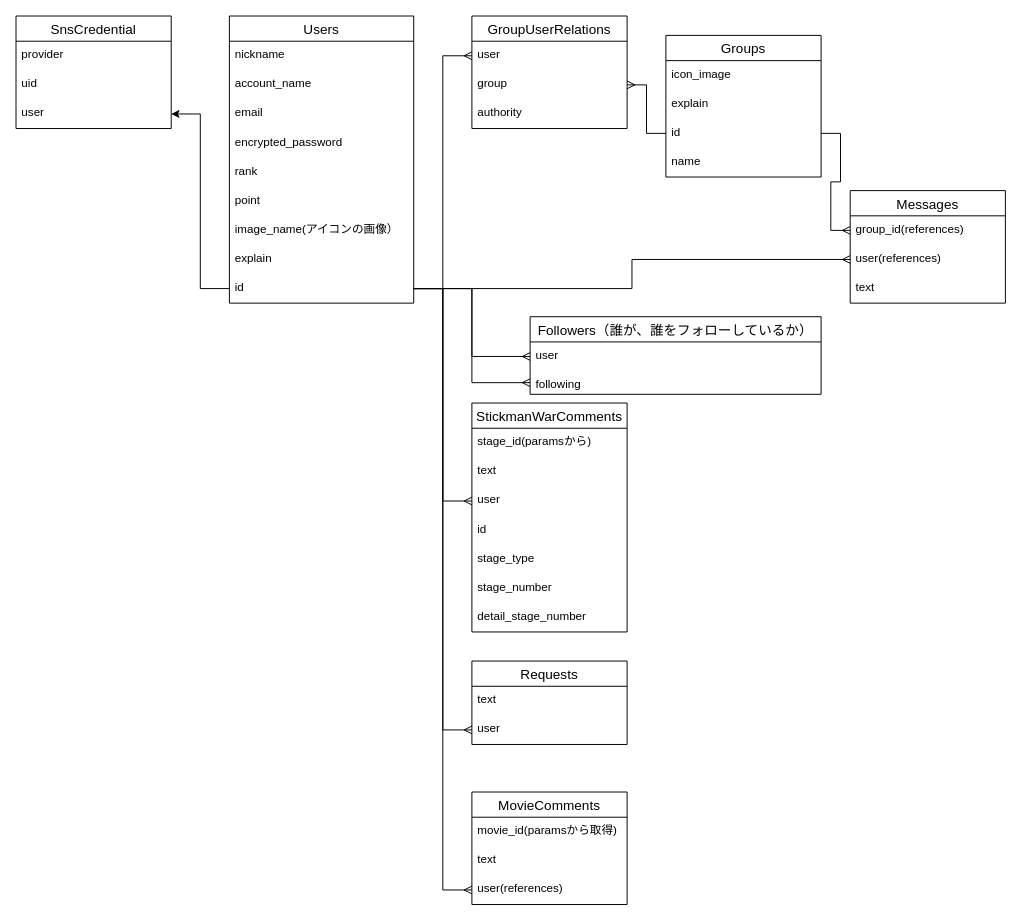
The draw.io diagram database.dio in runba3011/runba_home, before the edit. Source tidied: cells renumbered, new cells numbered last; positions are measured from the earlier drawing's top-left corner, leaving out a move shared by most shapes. Both pictures are drawn from the tidied source at 97%, with x=0, y=0 at pixel (16, 16).
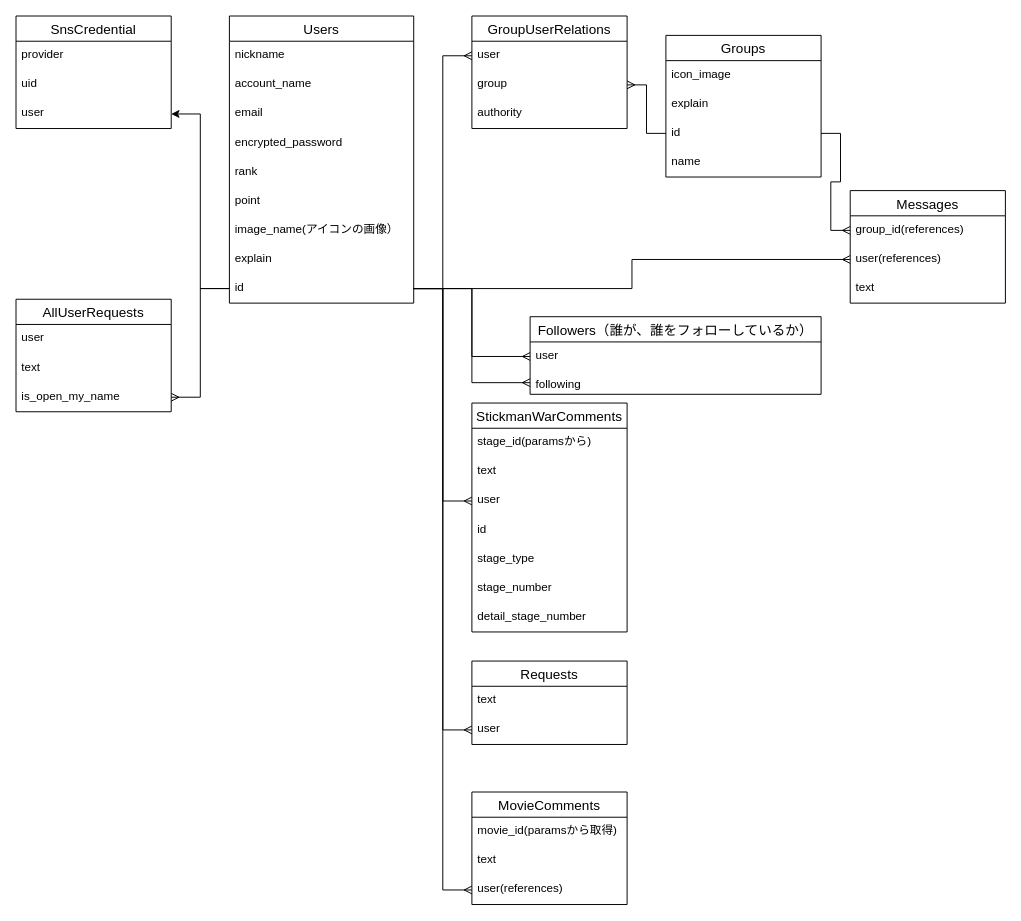
Above is the later version.

Commit message (it also covers changes not shown here):
データベース設計への追記

Unchanged cells that the change refers to:
```xml
<mxCell id="11" value="id" style="text;strokeColor=none;fillColor=none;spacingLeft=4;spacingRight=4;overflow=hidden;points=[[0,0.5],[1,0.5]];portConstraint=eastwest;fontSize=12;" parent="2" vertex="1">
  <mxGeometry y="266" width="190" height="30" as="geometry" />
</mxCell>
```

The edit, as a diff of the source:
```diff
@@
+    <mxCell id="57" value="AllUserRequests" style="swimlane;fontStyle=0;horizontal=1;startSize=26;align=center;fontSize=14;" parent="1" vertex="1">
+      <mxGeometry y="292" width="160" height="116" as="geometry" />
+    </mxCell>
+    <mxCell id="58" value="user" style="text;strokeColor=none;fillColor=none;spacingLeft=4;spacingRight=4;overflow=hidden;fontSize=12;" parent="57" vertex="1">
+      <mxGeometry y="26" width="160" height="30" as="geometry" />
+    </mxCell>
+    <mxCell id="59" value="text" style="text;strokeColor=none;fillColor=none;spacingLeft=4;spacingRight=4;overflow=hidden;fontSize=12;" parent="57" vertex="1">
+      <mxGeometry y="56" width="160" height="30" as="geometry" />
+    </mxCell>
+    <mxCell id="60" value="is_open_my_name" style="text;strokeColor=none;fillColor=none;spacingLeft=4;spacingRight=4;overflow=hidden;points=[[0,0.5],[1,0.5]];portConstraint=eastwest;fontSize=12;" parent="57" vertex="1">
+      <mxGeometry y="86" width="160" height="30" as="geometry" />
+    </mxCell>
+    <mxCell id="61" style="edgeStyle=orthogonalEdgeStyle;rounded=0;jettySize=auto;html=1;entryX=1;entryY=0.5;entryDx=0;entryDy=0;endArrow=ERmany;endFill=0;" parent="1" edge="1" source="11" target="60">
+      <mxGeometry relative="1" as="geometry" />
+    </mxCell>
```
